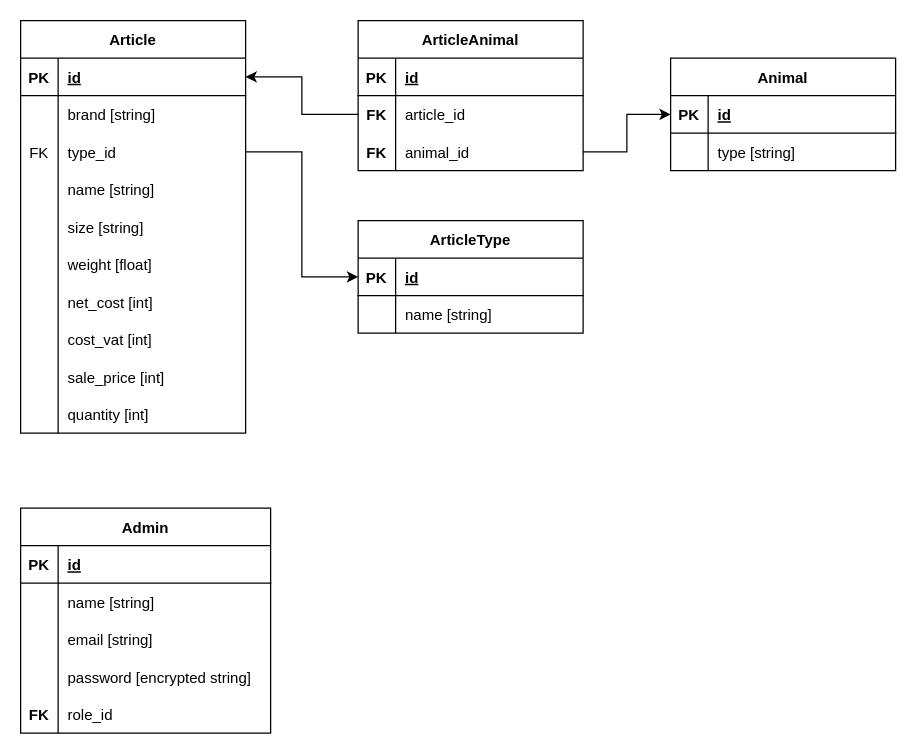
This is store-engine.drawio from web-gamma/backyardpetshop-diagrams, a draw.io file, before an edit. Source tidied: cells renumbered, new cells numbered last; positions are measured from the earlier drawing's top-left corner, leaving out a move shared by most shapes. Both pictures are drawn from the tidied source at 125%, with x=0, y=0 at pixel (20, 20).
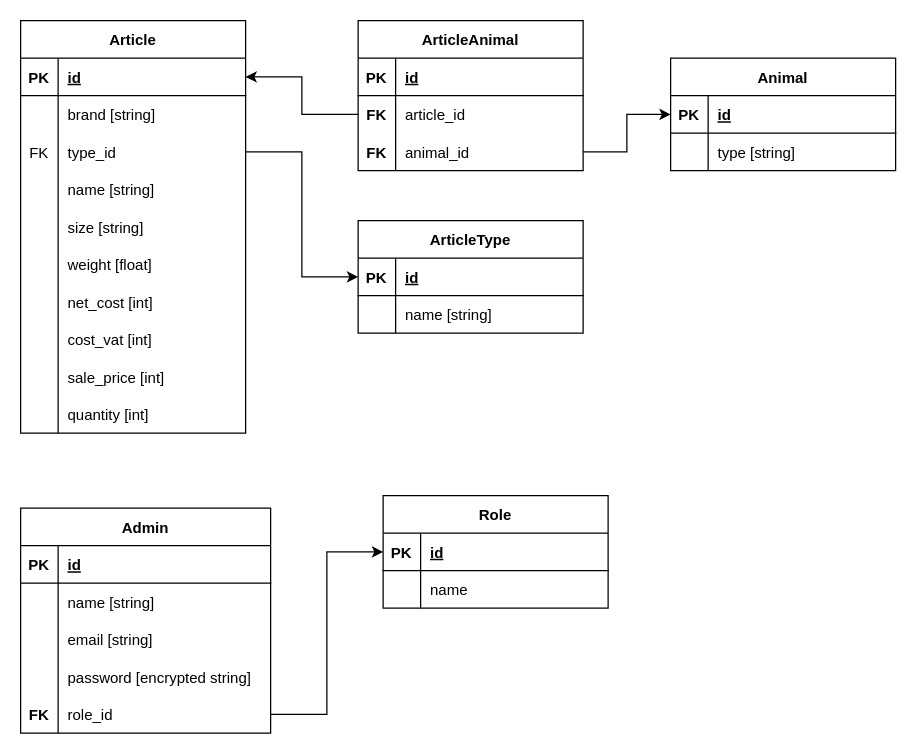
After the change.

Commit message:
add admin + roles

The change refers to these unchanged cells:
```xml
<mxCell id="76" style="shape=tableRow;horizontal=0;startSize=0;swimlaneHead=0;swimlaneBody=0;fillColor=none;points=[[0,0.5],[1,0.5]];portConstraint=eastwest;top=0;left=0;right=0;bottom=0;" parent="63" vertex="1">
  <mxGeometry y="150" width="200" height="30" as="geometry" />
</mxCell>
```

The edit, as a diff of the source:
```diff
@@
+    <mxCell id="79" value="Role" style="shape=table;startSize=30;childLayout=tableLayout;rowLines=0;fontStyle=1;align=center;" parent="1" vertex="1">
+      <mxGeometry x="290" y="380" width="180" height="90" as="geometry" />
+    </mxCell>
+    <mxCell id="80" style="shape=tableRow;horizontal=0;startSize=0;swimlaneHead=0;swimlaneBody=0;fillColor=none;points=[[0,0.5],[1,0.5]];portConstraint=eastwest;top=0;left=0;right=0;bottom=1;" parent="79" vertex="1">
+      <mxGeometry y="30" width="180" height="30" as="geometry" />
+    </mxCell>
+    <mxCell id="81" value="PK" style="shape=partialRectangle;fillColor=none;top=0;left=0;bottom=0;right=0;fontStyle=1;overflow=hidden;" parent="80" vertex="1">
+      <mxGeometry width="30" height="30" as="geometry" />
+    </mxCell>
+    <mxCell id="82" value="id" style="shape=partialRectangle;fillColor=none;top=0;left=0;bottom=0;right=0;align=left;spacingLeft=6;fontStyle=5;overflow=hidden;" parent="80" vertex="1">
+      <mxGeometry x="30" width="150" height="30" as="geometry" />
+    </mxCell>
+    <mxCell id="83" style="shape=tableRow;horizontal=0;startSize=0;swimlaneHead=0;swimlaneBody=0;fillColor=none;top=0;left=0;right=0;bottom=0;" parent="79" vertex="1">
+      <mxGeometry y="60" width="180" height="30" as="geometry" />
+    </mxCell>
+    <mxCell id="84" style="shape=partialRectangle;fillColor=none;top=0;left=0;bottom=0;right=0;overflow=hidden;" parent="83" vertex="1">
+      <mxGeometry width="30" height="30" as="geometry" />
+    </mxCell>
+    <mxCell id="85" value="name" style="shape=partialRectangle;fillColor=none;top=0;left=0;bottom=0;right=0;align=left;spacingLeft=6;overflow=hidden;" parent="83" vertex="1">
+      <mxGeometry x="30" width="150" height="30" as="geometry" />
+    </mxCell>
+    <mxCell id="86" style="edgeStyle=orthogonalEdgeStyle;rounded=0;jettySize=auto;html=1;exitX=1;exitY=0.5;exitDx=0;exitDy=0;entryX=0;entryY=0.5;entryDx=0;entryDy=0;" parent="1" edge="1" source="76" target="80">
+      <mxGeometry relative="1" as="geometry" />
+    </mxCell>
```
